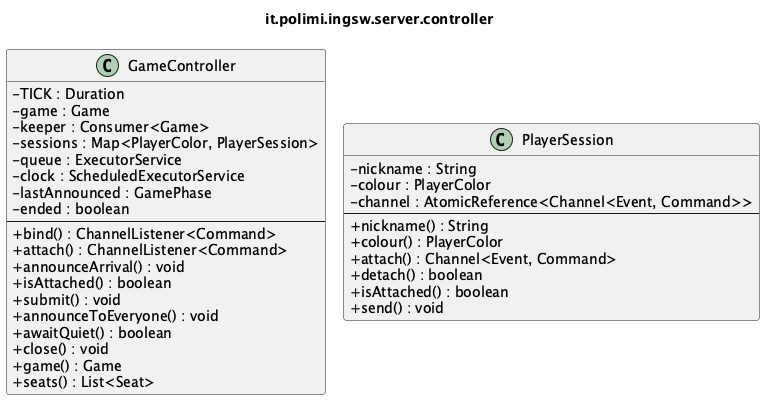
The PlantUML diagram docs/uml/detailed/it_polimi_ingsw_server_controller.png in samuelesegrini/ing-sw-2025-segrini-terribile-varricchio-zanca, before a commit. Its diagram source:
```plantuml
@startuml it_polimi_ingsw_server_controller
!pragma layout smetana
skinparam shadowing false
skinparam classAttributeIconSize 0
title it.polimi.ingsw.server.controller

class GameController {
  -TICK : Duration
  -game : Game
  -keeper : Consumer<Game>
  -sessions : Map<PlayerColor, PlayerSession>
  -queue : ExecutorService
  -clock : ScheduledExecutorService
  -lastAnnounced : GamePhase
  -ended : boolean
  --
  +bind() : ChannelListener<Command>
  +attach() : ChannelListener<Command>
  +announceArrival() : void
  +isAttached() : boolean
  +submit() : void
  +announceToEveryone() : void
  +awaitQuiet() : boolean
  +close() : void
  +game() : Game
  +seats() : List<Seat>
}
class PlayerSession {
  -nickname : String
  -colour : PlayerColor
  -channel : AtomicReference<Channel<Event, Command>>
  --
  +nickname() : String
  +colour() : PlayerColor
  +attach() : Channel<Event, Command>
  +detach() : boolean
  +isAttached() : boolean
  +send() : void
}

@enduml
```
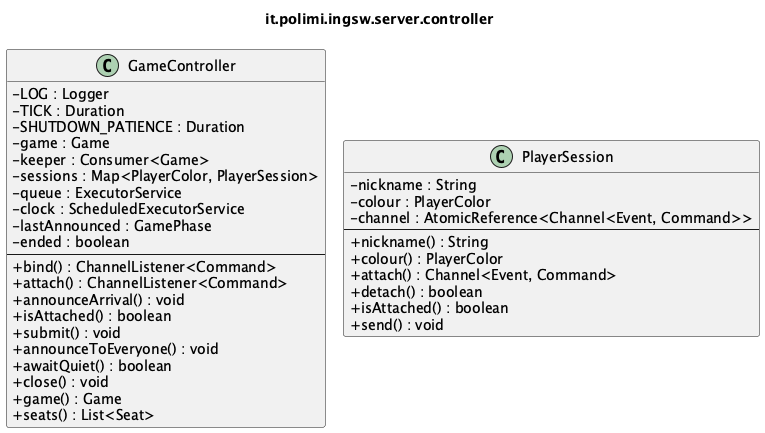
Above is the later version.

What changed in the source:
```diff
@@ -5,7 +5,9 @@
 title it.polimi.ingsw.server.controller
 
 class GameController {
+  -LOG : Logger
   -TICK : Duration
+  -SHUTDOWN_PATIENCE : Duration
   -game : Game
   -keeper : Consumer<Game>
   -sessions : Map<PlayerColor, PlayerSession>
```
